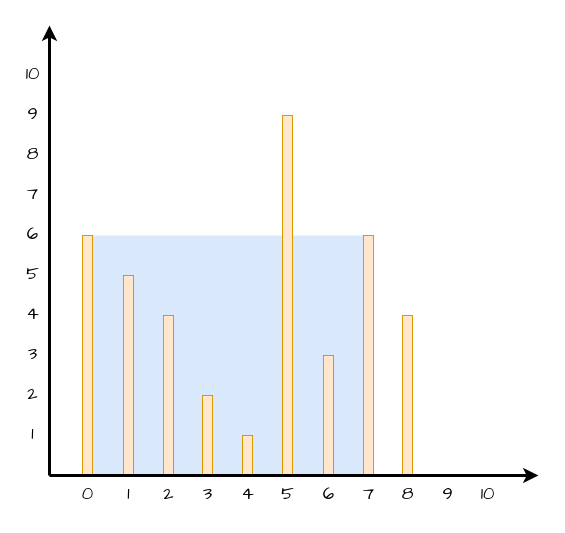
Before: python_explanations/drawio_diagrams/max_trapped_water.drawio in jwl-7/c0de_gr1nd, a draw.io diagram. Source tidied: cells renumbered, new cells numbered last; positions are measured from the earlier drawing's top-left corner, leaving out a move shared by most shapes. Both pictures are drawn from the tidied source at 100%, with x=0, y=0 at pixel (17, 25).
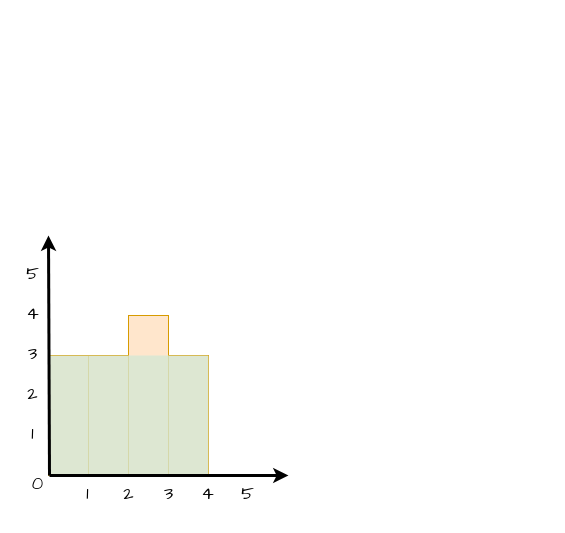
The same diagram, later.

The edit, as a diff of the source:
```diff
@@
-    <mxCell id="2" style="rounded=0;whiteSpace=wrap;html=1;strokeColor=none;fontFamily=Comic Sans MS;fillColor=#dae8fc;" parent="1" vertex="1">
-      <mxGeometry x="70" y="210" width="281" height="240" as="geometry" />
-    </mxCell>
     <mxCell id="3" style="whiteSpace=wrap;fillColor=#ffe6cc;gradientDirection=east;strokeColor=#d79b00;html=1;" parent="1" vertex="1">
-      <mxGeometry x="146" y="290" width="10" height="160" as="geometry" />
+      <mxGeometry x="111" y="290" width="40" height="160" as="geometry" />
     </mxCell>
     <mxCell id="4" style="whiteSpace=wrap;fillColor=#ffe6cc;gradientDirection=east;strokeColor=#d79b00;html=1;" parent="1" vertex="1">
-      <mxGeometry x="185" y="370" width="10" height="80" as="geometry" />
+      <mxGeometry x="151" y="330" width="40" height="120" as="geometry" />
     </mxCell>
-    <mxCell id="5" style="whiteSpace=wrap;fillColor=#ffe6cc;gradientDirection=east;strokeColor=#d79b00;html=1;" parent="1" vertex="1">
-      <mxGeometry x="225" y="410" width="10" height="40" as="geometry" />
-    </mxCell>
-    <mxCell id="6" style="whiteSpace=wrap;fillColor=#ffe6cc;gradientDirection=east;strokeColor=#d79b00;html=1;" parent="1" vertex="1">
-      <mxGeometry x="265" y="90" width="10" height="360" as="geometry" />
-    </mxCell>
-    <mxCell id="7" style="whiteSpace=wrap;fillColor=#ffe6cc;gradientDirection=east;strokeColor=#d79b00;html=1;" parent="1" vertex="1">
-      <mxGeometry x="306" y="330" width="10" height="120" as="geometry" />
-    </mxCell>
-    <mxCell id="8" style="whiteSpace=wrap;fillColor=#ffe6cc;gradientDirection=east;strokeColor=#d79b00;html=1;" parent="1" vertex="1">
-      <mxGeometry x="346" y="210" width="10" height="240" as="geometry" />
-    </mxCell>
-    <mxCell id="9" style="whiteSpace=wrap;fillColor=#ffe6cc;gradientDirection=east;strokeColor=#d79b00;html=1;" parent="1" vertex="1">
-      <mxGeometry x="385" y="290" width="10" height="160" as="geometry" />
-    </mxCell>
     <mxCell id="10" style="whiteSpace=wrap;fillColor=#ffe6cc;gradientDirection=east;strokeColor=#d79b00;html=1;" parent="1" vertex="1">
-      <mxGeometry x="106" y="250" width="10" height="200" as="geometry" />
+      <mxGeometry x="71" y="330" width="40" height="120" as="geometry" />
     </mxCell>
     <mxCell id="11" style="whiteSpace=wrap;fillColor=#ffe6cc;gradientDirection=east;strokeColor=#d79b00;html=1;" parent="1" vertex="1">
-      <mxGeometry x="65" y="210" width="10" height="240" as="geometry" />
+      <mxGeometry x="31" y="330" width="40" height="120" as="geometry" />
     </mxCell>
-    <mxCell id="12" style="edgeStyle=none;html=1;fontColor=#000000;strokeWidth=3;strokeColor=#000000;" parent="1" edge="1">
-      <mxGeometry relative="1" as="geometry">
-        <mxPoint x="32" y="450" as="sourcePoint" />
-        <mxPoint x="32" as="targetPoint" />
-      </mxGeometry>
-    </mxCell>
-    <mxCell id="13" style="edgeStyle=none;html=1;fontColor=#000000;strokeWidth=3;strokeColor=#000000;" parent="1" edge="1">
-      <mxGeometry relative="1" as="geometry">
-        <mxPoint x="32" y="450" as="sourcePoint" />
-        <mxPoint x="521" y="450" as="targetPoint" />
-      </mxGeometry>
-    </mxCell>
@@
-    <mxCell id="16" value="3" style="text;spacingTop=-5;align=center;verticalAlign=middle;fontStyle=0;html=1;fontSize=18;fontFamily=Comic Sans MS;" parent="1" vertex="1">
-      <mxGeometry y="310" width="30" height="40" as="geometry" />
-    </mxCell>
@@
-    <mxCell id="19" value="6" style="text;spacingTop=-5;align=center;verticalAlign=middle;fontStyle=0;html=1;fontSize=18;fontFamily=Comic Sans MS;" parent="1" vertex="1">
-      <mxGeometry y="190" width="30" height="40" as="geometry" />
-    </mxCell>
-    <mxCell id="20" value="7" style="text;spacingTop=-5;align=center;verticalAlign=middle;fontStyle=0;html=1;fontSize=18;fontFamily=Comic Sans MS;" parent="1" vertex="1">
-      <mxGeometry y="150" width="30" height="40" as="geometry" />
-    </mxCell>
     <mxCell id="21" value="0" style="text;spacingTop=-5;align=center;verticalAlign=middle;fontStyle=0;html=1;fontSize=18;fontFamily=Comic Sans MS;" parent="1" vertex="1">
-      <mxGeometry x="55" y="450" width="30" height="40" as="geometry" />
+      <mxGeometry x="5" y="440" width="30" height="40" as="geometry" />
     </mxCell>
     <mxCell id="22" value="1" style="text;spacingTop=-5;align=center;verticalAlign=middle;fontStyle=0;html=1;fontSize=18;fontFamily=Comic Sans MS;" parent="1" vertex="1">
-      <mxGeometry x="96" y="450" width="30" height="40" as="geometry" />
+      <mxGeometry x="55" y="450" width="30" height="40" as="geometry" />
     </mxCell>
     <mxCell id="23" value="2" style="text;spacingTop=-5;align=center;verticalAlign=middle;fontStyle=0;html=1;fontSize=18;fontFamily=Comic Sans MS;" parent="1" vertex="1">
-      <mxGeometry x="136" y="450" width="30" height="40" as="geometry" />
+      <mxGeometry x="96" y="450" width="30" height="40" as="geometry" />
     </mxCell>
     <mxCell id="24" value="3" style="text;spacingTop=-5;align=center;verticalAlign=middle;fontStyle=0;html=1;fontSize=18;fontFamily=Comic Sans MS;" parent="1" vertex="1">
-      <mxGeometry x="175" y="450" width="30" height="40" as="geometry" />
+      <mxGeometry x="136" y="450" width="30" height="40" as="geometry" />
     </mxCell>
     <mxCell id="25" value="4" style="text;spacingTop=-5;align=center;verticalAlign=middle;fontStyle=0;html=1;fontSize=18;fontFamily=Comic Sans MS;" parent="1" vertex="1">
-      <mxGeometry x="215" y="450" width="30" height="40" as="geometry" />
+      <mxGeometry x="175" y="450" width="30" height="40" as="geometry" />
     </mxCell>
     <mxCell id="26" value="5" style="text;spacingTop=-5;align=center;verticalAlign=middle;fontStyle=0;html=1;fontSize=18;fontFamily=Comic Sans MS;" parent="1" vertex="1">
-      <mxGeometry x="255" y="450" width="30" height="40" as="geometry" />
+      <mxGeometry x="215" y="450" width="30" height="40" as="geometry" />
     </mxCell>
-    <mxCell id="27" value="6" style="text;spacingTop=-5;align=center;verticalAlign=middle;fontStyle=0;html=1;fontSize=18;fontFamily=Comic Sans MS;" parent="1" vertex="1">
-      <mxGeometry x="296" y="450" width="30" height="40" as="geometry" />
-    </mxCell>
-    <mxCell id="28" value="7" style="text;spacingTop=-5;align=center;verticalAlign=middle;fontStyle=0;html=1;fontSize=18;fontFamily=Comic Sans MS;" parent="1" vertex="1">
-      <mxGeometry x="336" y="450" width="30" height="40" as="geometry" />
-    </mxCell>
-    <mxCell id="29" value="8" style="text;spacingTop=-5;align=center;verticalAlign=middle;fontStyle=0;html=1;fontSize=18;fontFamily=Comic Sans MS;" parent="1" vertex="1">
-      <mxGeometry y="110" width="30" height="40" as="geometry" />
-    </mxCell>
-    <mxCell id="30" value="9" style="text;spacingTop=-5;align=center;verticalAlign=middle;fontStyle=0;html=1;fontSize=18;fontFamily=Comic Sans MS;" parent="1" vertex="1">
-      <mxGeometry y="70" width="30" height="40" as="geometry" />
-    </mxCell>
-    <mxCell id="31" value="10" style="text;spacingTop=-5;align=center;verticalAlign=middle;fontStyle=0;html=1;fontSize=18;fontFamily=Comic Sans MS;" parent="1" vertex="1">
-      <mxGeometry y="30" width="30" height="40" as="geometry" />
-    </mxCell>
-    <mxCell id="32" value="8" style="text;spacingTop=-5;align=center;verticalAlign=middle;fontStyle=0;html=1;fontSize=18;fontFamily=Comic Sans MS;" parent="1" vertex="1">
-      <mxGeometry x="375" y="450" width="30" height="40" as="geometry" />
-    </mxCell>
-    <mxCell id="33" value="9" style="text;spacingTop=-5;align=center;verticalAlign=middle;fontStyle=0;html=1;fontSize=18;fontFamily=Comic Sans MS;" parent="1" vertex="1">
-      <mxGeometry x="415" y="450" width="30" height="40" as="geometry" />
-    </mxCell>
-    <mxCell id="34" value="10" style="text;spacingTop=-5;align=center;verticalAlign=middle;fontStyle=0;html=1;fontSize=18;fontFamily=Comic Sans MS;" parent="1" vertex="1">
-      <mxGeometry x="455" y="450" width="30" height="40" as="geometry" />
-    </mxCell>
+    <mxCell id="35" style="rounded=0;whiteSpace=wrap;html=1;fillColor=#d5e8d4;strokeColor=none;opacity=80;" parent="1" vertex="1">
+      <mxGeometry x="31" y="330" width="160" height="120" as="geometry" />
+    </mxCell>
+    <mxCell id="16" value="3" style="text;spacingTop=-5;align=center;verticalAlign=middle;fontStyle=0;html=1;fontSize=18;fontFamily=Comic Sans MS;" parent="1" vertex="1">
+      <mxGeometry y="310" width="30" height="40" as="geometry" />
+    </mxCell>
+    <mxCell id="13" style="edgeStyle=none;html=1;fontColor=#000000;strokeWidth=3;strokeColor=#000000;" parent="1" edge="1">
+      <mxGeometry relative="1" as="geometry">
+        <mxPoint x="32" y="450" as="sourcePoint" />
+        <mxPoint x="271" y="450" as="targetPoint" />
+      </mxGeometry>
+    </mxCell>
+    <mxCell id="12" style="edgeStyle=none;html=1;fontColor=#000000;strokeWidth=3;strokeColor=#000000;" parent="1" edge="1">
+      <mxGeometry relative="1" as="geometry">
+        <mxPoint x="32" y="450" as="sourcePoint" />
+        <mxPoint x="31" y="210" as="targetPoint" />
+      </mxGeometry>
+    </mxCell>
```
